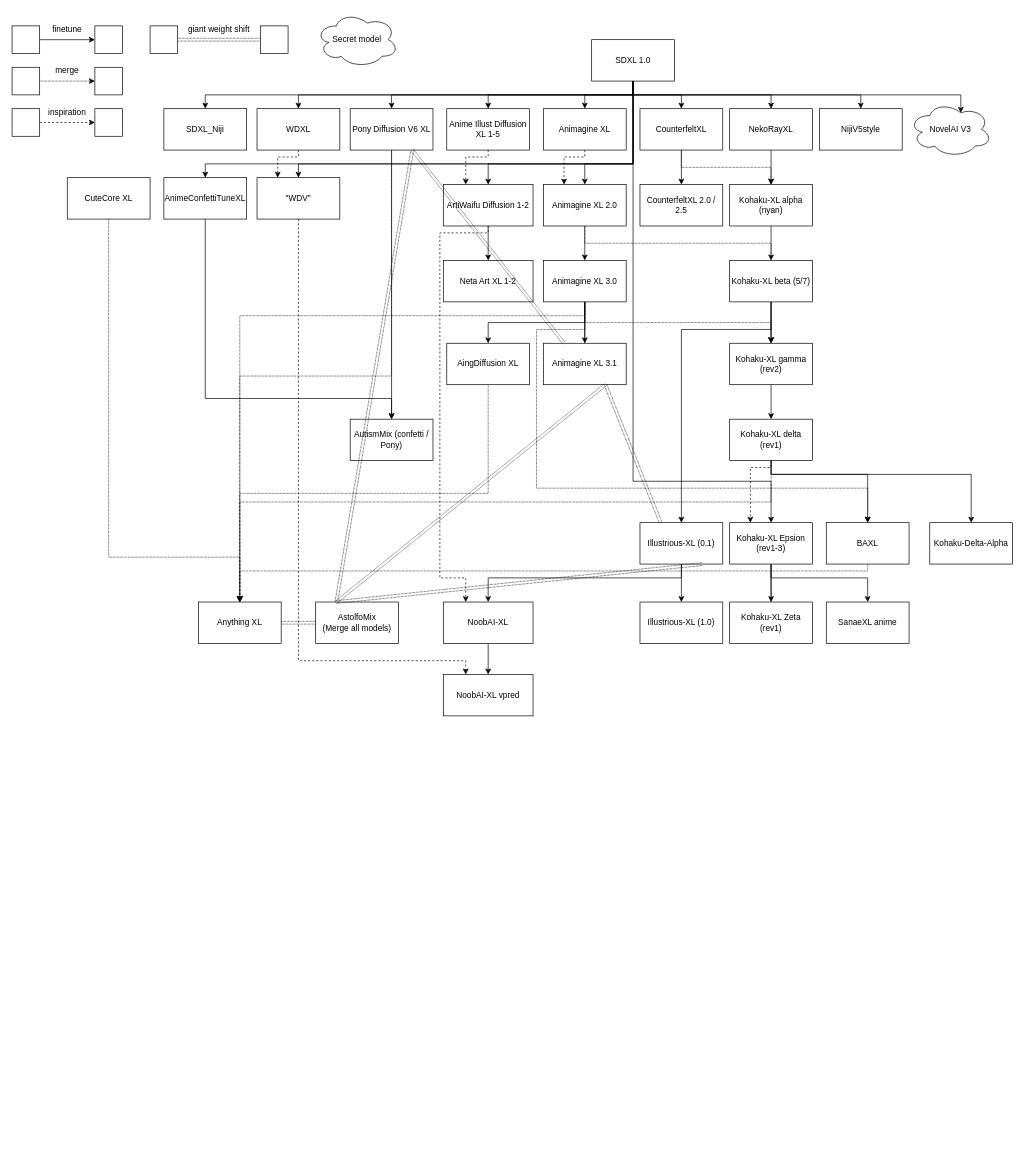
The draw.io diagram ch02/kxl.drawio in 6DammK9/nai-anime-pure-negative-prompt, before the edit. Source tidied: cells renumbered, new cells numbered last; positions are measured from the earlier drawing's top-left corner, leaving out a move shared by most shapes. Both pictures are drawn from the tidied source at 69%, with x=0, y=0 at pixel (12, 12).
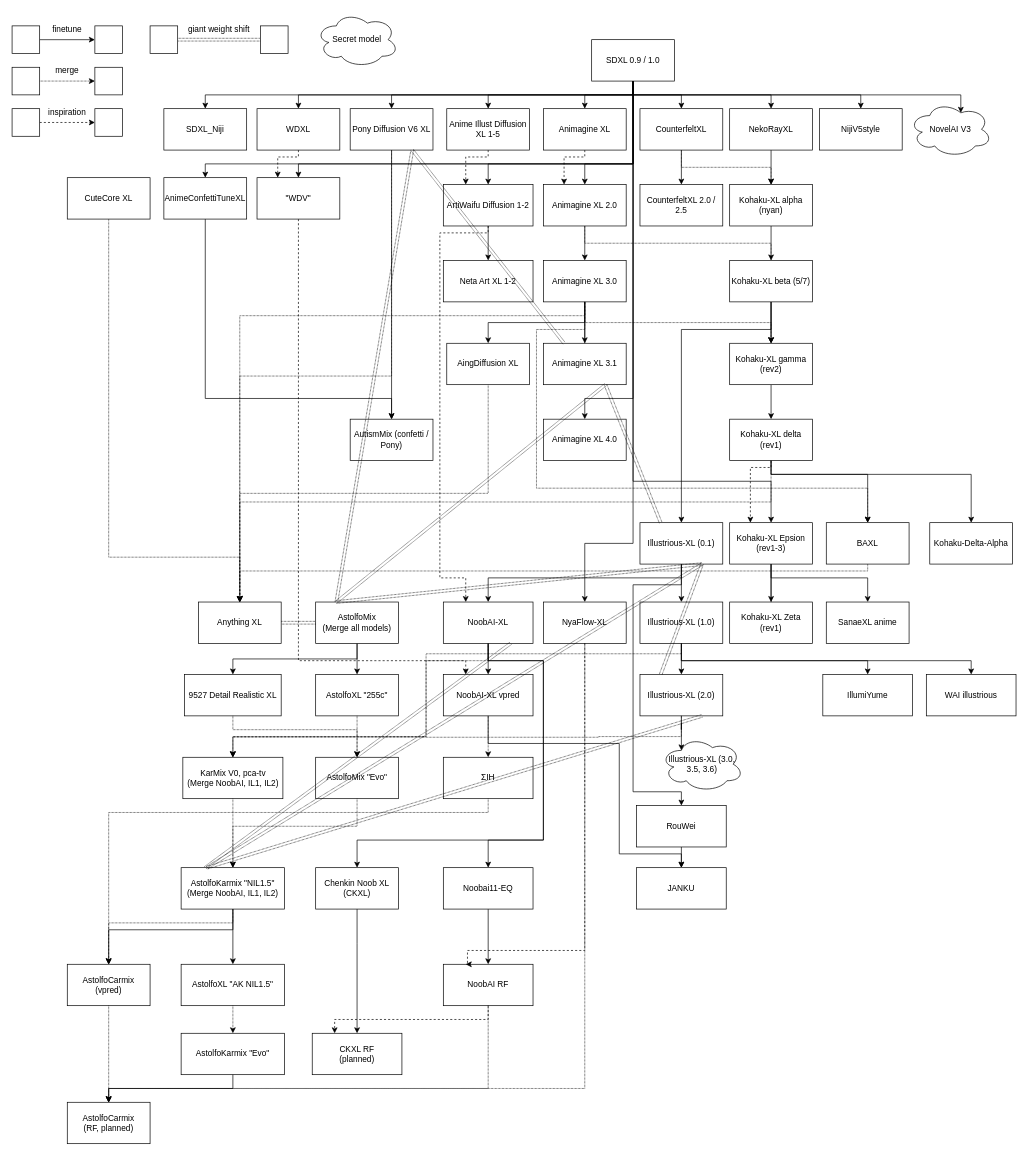
The same diagram, later.

The change refers to these unchanged cells:
```xml
<mxCell id="47" value="NoobAI-XL" style="rounded=0;whiteSpace=wrap;html=1;" parent="1" vertex="1">
  <mxGeometry x="625" y="855" width="130" height="60" as="geometry" />
</mxCell>
<mxCell id="50" value="&lt;div&gt;Illustrious-XL (0.1)&lt;/div&gt;" style="rounded=0;whiteSpace=wrap;html=1;" parent="1" vertex="1">
  <mxGeometry x="910" y="740" width="120" height="60" as="geometry" />
</mxCell>
<mxCell id="55" value="NoobAI-XL vpred" style="rounded=0;whiteSpace=wrap;html=1;" parent="1" vertex="1">
  <mxGeometry x="625" y="960" width="130" height="60" as="geometry" />
</mxCell>
<mxCell id="90" value="AstolfoMix&lt;div&gt;(Merge all models)&lt;/div&gt;" style="rounded=0;whiteSpace=wrap;html=1;" parent="1" vertex="1">
  <mxGeometry x="440" y="855" width="120" height="60" as="geometry" />
</mxCell>
<mxCell id="112" value="&lt;div&gt;Illustrious-XL (1.0)&lt;/div&gt;" style="rounded=0;whiteSpace=wrap;html=1;" parent="1" vertex="1">
  <mxGeometry x="910" y="855" width="120" height="60" as="geometry" />
</mxCell>
```

Diff of the diagram source:
```diff
@@
+    <mxCell id="113" value="Animagine XL 4.0" style="rounded=0;whiteSpace=wrap;html=1;" parent="1" vertex="1">
+      <mxGeometry x="770" y="590" width="120" height="60" as="geometry" />
+    </mxCell>
@@
+    <mxCell id="114" style="edgeStyle=orthogonalEdgeStyle;rounded=0;jettySize=auto;html=1;exitX=0.5;exitY=1;exitDx=0;exitDy=0;entryX=0.5;entryY=0;entryDx=0;entryDy=0;" parent="1" edge="1" source="16" target="113">
+      <mxGeometry relative="1" as="geometry">
+        <Array as="points">
+          <mxPoint x="900" y="560" />
+          <mxPoint x="830" y="560" />
+        </Array>
+      </mxGeometry>
+    </mxCell>
+    <mxCell id="115" style="edgeStyle=orthogonalEdgeStyle;rounded=0;jettySize=auto;html=1;exitX=0.5;exitY=1;exitDx=0;exitDy=0;entryX=0.5;entryY=0;entryDx=0;entryDy=0;" parent="1" edge="1" source="16" target="139">
+      <mxGeometry relative="1" as="geometry">
+        <Array as="points">
+          <mxPoint x="900" y="770" />
+          <mxPoint x="830" y="770" />
+        </Array>
+      </mxGeometry>
+    </mxCell>
-    <mxCell id="16" value="SDXL 1.0" style="rounded=0;whiteSpace=wrap;html=1;" parent="1" vertex="1">
+    <mxCell id="16" value="SDXL 0.9 / 1.0" style="rounded=0;whiteSpace=wrap;html=1;" parent="1" vertex="1">
       <mxGeometry x="840" y="40" width="120" height="60" as="geometry" />
     </mxCell>
@@
+    <mxCell id="116" style="edgeStyle=orthogonalEdgeStyle;rounded=0;jettySize=auto;html=1;exitX=0.5;exitY=1;exitDx=0;exitDy=0;entryX=0.5;entryY=0;entryDx=0;entryDy=0;" parent="1" edge="1" source="47" target="152">
+      <mxGeometry relative="1" as="geometry">
+        <Array as="points">
+          <mxPoint x="690" y="940" />
+          <mxPoint x="770" y="940" />
+          <mxPoint x="770" y="1200" />
+          <mxPoint x="690" y="1200" />
+        </Array>
+      </mxGeometry>
+    </mxCell>
+    <mxCell id="117" style="edgeStyle=orthogonalEdgeStyle;rounded=0;jettySize=auto;html=1;exitX=0.5;exitY=1;exitDx=0;exitDy=0;entryX=0.5;entryY=0;entryDx=0;entryDy=0;" parent="1" edge="1" source="47" target="154">
+      <mxGeometry relative="1" as="geometry">
+        <Array as="points">
+          <mxPoint x="690" y="940" />
+          <mxPoint x="770" y="940" />
+          <mxPoint x="770" y="1200" />
+          <mxPoint x="500" y="1200" />
+        </Array>
+      </mxGeometry>
+    </mxCell>
@@
+    <mxCell id="118" style="edgeStyle=orthogonalEdgeStyle;rounded=0;jettySize=auto;html=1;exitX=0.5;exitY=1;exitDx=0;exitDy=0;entryX=0.5;entryY=0;entryDx=0;entryDy=0;" parent="1" edge="1" source="50" target="136">
+      <mxGeometry relative="1" as="geometry">
+        <Array as="points">
+          <mxPoint x="970" y="830" />
+          <mxPoint x="900" y="830" />
+          <mxPoint x="900" y="1130" />
+          <mxPoint x="970" y="1130" />
+        </Array>
+      </mxGeometry>
+    </mxCell>
@@
+    <mxCell id="119" style="edgeStyle=orthogonalEdgeStyle;rounded=0;jettySize=auto;html=1;exitX=0.5;exitY=1;exitDx=0;exitDy=0;entryX=0.5;entryY=0;entryDx=0;entryDy=0;" parent="1" edge="1" source="55" target="137">
+      <mxGeometry relative="1" as="geometry">
+        <Array as="points">
+          <mxPoint x="690" y="1060" />
+          <mxPoint x="880" y="1060" />
+          <mxPoint x="880" y="1220" />
+          <mxPoint x="970" y="1220" />
+        </Array>
+      </mxGeometry>
+    </mxCell>
@@
+    <mxCell id="120" style="edgeStyle=orthogonalEdgeStyle;rounded=0;jettySize=auto;html=1;exitX=0.5;exitY=1;exitDx=0;exitDy=0;entryX=0.5;entryY=0;entryDx=0;entryDy=0;" parent="1" edge="1" source="90" target="130">
+      <mxGeometry relative="1" as="geometry" />
+    </mxCell>
+    <mxCell id="121" style="edgeStyle=orthogonalEdgeStyle;rounded=0;jettySize=auto;html=1;exitX=0.5;exitY=1;exitDx=0;exitDy=0;entryX=0.5;entryY=0;entryDx=0;entryDy=0;" parent="1" edge="1" source="90" target="131">
+      <mxGeometry relative="1" as="geometry" />
+    </mxCell>
@@
+    <mxCell id="122" style="edgeStyle=orthogonalEdgeStyle;rounded=0;jettySize=auto;html=1;exitX=0.5;exitY=1;exitDx=0;exitDy=0;" parent="1" edge="1" source="112" target="124">
+      <mxGeometry relative="1" as="geometry" />
+    </mxCell>
+    <mxCell id="123" style="edgeStyle=orthogonalEdgeStyle;rounded=0;jettySize=auto;html=1;exitX=0.5;exitY=1;exitDx=0;exitDy=0;entryX=0.5;entryY=0;entryDx=0;entryDy=0;" parent="1" edge="1" source="112" target="128">
+      <mxGeometry relative="1" as="geometry">
+        <Array as="points">
+          <mxPoint x="970" y="940" />
+          <mxPoint x="1240" y="940" />
+        </Array>
+      </mxGeometry>
+    </mxCell>
@@
+    <mxCell id="124" value="&lt;div&gt;Illustrious-XL (2.0)&lt;/div&gt;" style="rounded=0;whiteSpace=wrap;html=1;" parent="1" vertex="1">
+      <mxGeometry x="910" y="960" width="120" height="60" as="geometry" />
+    </mxCell>
+    <mxCell id="125" value="Illustrious-XL (3.0, 3.5, 3.6)" style="ellipse;shape=cloud;whiteSpace=wrap;html=1;" parent="1" vertex="1">
+      <mxGeometry x="940" y="1050" width="120" height="80" as="geometry" />
+    </mxCell>
+    <mxCell id="126" style="edgeStyle=orthogonalEdgeStyle;rounded=0;jettySize=auto;html=1;exitX=0.5;exitY=1;exitDx=0;exitDy=0;entryX=0.25;entryY=0.25;entryDx=0;entryDy=0;entryPerimeter=0;" parent="1" edge="1" source="124" target="125">
+      <mxGeometry relative="1" as="geometry" />
+    </mxCell>
+    <mxCell id="127" style="endArrow=classic;startArrow=classic;html=1;rounded=0;dashed=1;dashPattern=1 1;shape=link;entryX=0.25;entryY=0;entryDx=0;entryDy=0;" parent="1" edge="1" target="124">
+      <mxGeometry relative="1" as="geometry">
+        <mxPoint x="1000" y="800" as="sourcePoint" />
+      </mxGeometry>
+    </mxCell>
+    <mxCell id="128" value="IllumiYume" style="rounded=0;whiteSpace=wrap;html=1;" parent="1" vertex="1">
+      <mxGeometry x="1175" y="960" width="130" height="60" as="geometry" />
+    </mxCell>
+    <mxCell id="129" value="WAI illustrious" style="rounded=0;whiteSpace=wrap;html=1;" parent="1" vertex="1">
+      <mxGeometry x="1325" y="960" width="130" height="60" as="geometry" />
+    </mxCell>
+    <mxCell id="130" value="9527 Detail Realistic XL" style="rounded=0;whiteSpace=wrap;html=1;" parent="1" vertex="1">
+      <mxGeometry x="250" y="960" width="140" height="60" as="geometry" />
+    </mxCell>
+    <mxCell id="131" value="AstolfoXL &quot;255c&quot;" style="rounded=0;whiteSpace=wrap;html=1;" parent="1" vertex="1">
+      <mxGeometry x="440" y="960" width="120" height="60" as="geometry" />
+    </mxCell>
+    <mxCell id="132" value="AstolfoMix &quot;Evo&quot;" style="rounded=0;whiteSpace=wrap;html=1;" parent="1" vertex="1">
+      <mxGeometry x="440" y="1080" width="120" height="60" as="geometry" />
+    </mxCell>
+    <mxCell id="133" style="edgeStyle=orthogonalEdgeStyle;rounded=0;jettySize=auto;html=1;exitX=0.5;exitY=1;exitDx=0;exitDy=0;dashed=1;dashPattern=1 1;entryX=0.5;entryY=0;entryDx=0;entryDy=0;" parent="1" edge="1" source="131" target="132">
+      <mxGeometry relative="1" as="geometry">
+        <Array as="points">
+          <mxPoint x="500" y="1050" />
+          <mxPoint x="500" y="1050" />
+        </Array>
+      </mxGeometry>
+    </mxCell>
+    <mxCell id="134" style="edgeStyle=orthogonalEdgeStyle;rounded=0;jettySize=auto;html=1;exitX=0.5;exitY=1;exitDx=0;exitDy=0;entryX=0.5;entryY=0;entryDx=0;entryDy=0;dashed=1;dashPattern=1 1;" parent="1" edge="1" source="130" target="132">
+      <mxGeometry relative="1" as="geometry">
+        <Array as="points">
+          <mxPoint x="320" y="1040" />
+          <mxPoint x="500" y="1040" />
+        </Array>
+      </mxGeometry>
+    </mxCell>
+    <mxCell id="135" style="edgeStyle=orthogonalEdgeStyle;rounded=0;jettySize=auto;html=1;exitX=0.5;exitY=1;exitDx=0;exitDy=0;entryX=0.5;entryY=0;entryDx=0;entryDy=0;" parent="1" edge="1" source="136" target="137">
+      <mxGeometry relative="1" as="geometry" />
+    </mxCell>
+    <mxCell id="136" value="RouWei" style="rounded=0;whiteSpace=wrap;html=1;" parent="1" vertex="1">
+      <mxGeometry x="905" y="1150" width="130" height="60" as="geometry" />
+    </mxCell>
+    <mxCell id="137" value="JANKU" style="rounded=0;whiteSpace=wrap;html=1;" parent="1" vertex="1">
+      <mxGeometry x="905" y="1240" width="130" height="60" as="geometry" />
+    </mxCell>
+    <mxCell id="138" style="edgeStyle=orthogonalEdgeStyle;rounded=0;jettySize=auto;html=1;exitX=0.5;exitY=1;exitDx=0;exitDy=0;entryX=0.5;entryY=0;entryDx=0;entryDy=0;" parent="1" edge="1" source="112" target="129">
+      <mxGeometry relative="1" as="geometry">
+        <Array as="points">
+          <mxPoint x="970" y="940" />
+          <mxPoint x="1390" y="940" />
+        </Array>
+      </mxGeometry>
+    </mxCell>
+    <mxCell id="139" value="NyaFlow-XL" style="rounded=0;whiteSpace=wrap;html=1;" parent="1" vertex="1">
+      <mxGeometry x="770" y="855" width="120" height="60" as="geometry" />
+    </mxCell>
+    <mxCell id="140" value="ΣΙΗ" style="rounded=0;whiteSpace=wrap;html=1;" parent="1" vertex="1">
+      <mxGeometry x="625" y="1080" width="130" height="60" as="geometry" />
+    </mxCell>
+    <mxCell id="141" style="edgeStyle=orthogonalEdgeStyle;rounded=0;jettySize=auto;html=1;exitX=0.5;exitY=1;exitDx=0;exitDy=0;dashed=1;dashPattern=1 1;entryX=0.5;entryY=0;entryDx=0;entryDy=0;" parent="1" edge="1" source="55" target="140">
+      <mxGeometry relative="1" as="geometry">
+        <Array as="points">
+          <mxPoint x="690" y="1050" />
+          <mxPoint x="690" y="1050" />
+        </Array>
+      </mxGeometry>
+    </mxCell>
+    <mxCell id="142" value="KarMix V0, pca-tv&lt;div&gt;(Merge NoobAI, IL1, IL2)&lt;/div&gt;" style="rounded=0;whiteSpace=wrap;html=1;" parent="1" vertex="1">
+      <mxGeometry x="247.5" y="1080" width="145" height="60" as="geometry" />
+    </mxCell>
+    <mxCell id="143" style="edgeStyle=orthogonalEdgeStyle;rounded=0;jettySize=auto;html=1;exitX=0.5;exitY=1;exitDx=0;exitDy=0;entryX=0.5;entryY=0;entryDx=0;entryDy=0;dashed=1;dashPattern=1 1;" parent="1" edge="1" source="47" target="142">
+      <mxGeometry relative="1" as="geometry">
+        <Array as="points">
+          <mxPoint x="690" y="940" />
+          <mxPoint x="600" y="940" />
+          <mxPoint x="600" y="1050" />
+          <mxPoint x="320" y="1050" />
+        </Array>
+      </mxGeometry>
+    </mxCell>
+    <mxCell id="144" style="edgeStyle=orthogonalEdgeStyle;rounded=0;jettySize=auto;html=1;exitX=0.5;exitY=1;exitDx=0;exitDy=0;entryX=0.5;entryY=0;entryDx=0;entryDy=0;dashed=1;dashPattern=1 1;" parent="1" edge="1" source="124" target="142">
+      <mxGeometry relative="1" as="geometry">
+        <Array as="points">
+          <mxPoint x="970" y="1050" />
+          <mxPoint x="850" y="1050" />
+          <mxPoint x="320" y="1051" />
+        </Array>
+      </mxGeometry>
+    </mxCell>
+    <mxCell id="145" style="edgeStyle=orthogonalEdgeStyle;rounded=0;jettySize=auto;html=1;exitX=0.5;exitY=1;exitDx=0;exitDy=0;entryX=0.5;entryY=0;entryDx=0;entryDy=0;dashed=1;dashPattern=1 1;" parent="1" edge="1" source="112" target="142">
+      <mxGeometry relative="1" as="geometry">
+        <Array as="points">
+          <mxPoint x="970" y="930" />
+          <mxPoint x="600" y="930" />
+          <mxPoint x="600" y="1050" />
+          <mxPoint x="320" y="1050" />
+        </Array>
+      </mxGeometry>
+    </mxCell>
+    <mxCell id="146" style="edgeStyle=orthogonalEdgeStyle;rounded=0;jettySize=auto;html=1;exitX=0.5;exitY=1;exitDx=0;exitDy=0;entryX=0.5;entryY=0;entryDx=0;entryDy=0;" parent="1" edge="1" source="148" target="161">
+      <mxGeometry relative="1" as="geometry" />
+    </mxCell>
+    <mxCell id="147" style="edgeStyle=orthogonalEdgeStyle;rounded=0;jettySize=auto;html=1;exitX=0.5;exitY=1;exitDx=0;exitDy=0;entryX=0.5;entryY=0;entryDx=0;entryDy=0;" parent="1" edge="1" source="148" target="158">
+      <mxGeometry relative="1" as="geometry">
+        <Array as="points">
+          <mxPoint x="320" y="1330" />
+          <mxPoint x="140" y="1330" />
+        </Array>
+      </mxGeometry>
+    </mxCell>
+    <mxCell id="148" value="AstolfoKarmix &quot;NIL1.5&quot;&lt;div&gt;(Merge NoobAI, IL1, IL2)&lt;/div&gt;" style="rounded=0;whiteSpace=wrap;html=1;" parent="1" vertex="1">
+      <mxGeometry x="245" y="1240" width="150" height="60" as="geometry" />
+    </mxCell>
+    <mxCell id="149" style="edgeStyle=orthogonalEdgeStyle;rounded=0;jettySize=auto;html=1;exitX=0.5;exitY=1;exitDx=0;exitDy=0;dashed=1;dashPattern=1 1;entryX=0.5;entryY=0;entryDx=0;entryDy=0;" parent="1" edge="1" source="132" target="148">
+      <mxGeometry relative="1" as="geometry">
+        <Array as="points">
+          <mxPoint x="500" y="1180" />
+          <mxPoint x="320" y="1180" />
+        </Array>
+      </mxGeometry>
+    </mxCell>
+    <mxCell id="150" style="edgeStyle=orthogonalEdgeStyle;rounded=0;jettySize=auto;html=1;exitX=0.5;exitY=1;exitDx=0;exitDy=0;dashed=1;dashPattern=1 1;entryX=0.5;entryY=0;entryDx=0;entryDy=0;" parent="1" edge="1" source="142" target="148">
+      <mxGeometry relative="1" as="geometry">
+        <Array as="points">
+          <mxPoint x="320" y="1240" />
+        </Array>
+      </mxGeometry>
+    </mxCell>
+    <mxCell id="151" style="edgeStyle=orthogonalEdgeStyle;rounded=0;jettySize=auto;html=1;exitX=0.5;exitY=1;exitDx=0;exitDy=0;entryX=0.5;entryY=0;entryDx=0;entryDy=0;" parent="1" edge="1" source="152" target="164">
+      <mxGeometry relative="1" as="geometry" />
+    </mxCell>
+    <mxCell id="152" value="Noobai11-EQ" style="rounded=0;whiteSpace=wrap;html=1;" parent="1" vertex="1">
+      <mxGeometry x="625" y="1240" width="130" height="60" as="geometry" />
+    </mxCell>
+    <mxCell id="153" style="edgeStyle=orthogonalEdgeStyle;rounded=0;jettySize=auto;html=1;exitX=0.5;exitY=1;exitDx=0;exitDy=0;entryX=0.5;entryY=0;entryDx=0;entryDy=0;" parent="1" edge="1" source="154" target="165">
+      <mxGeometry relative="1" as="geometry">
+        <Array as="points">
+          <mxPoint x="500" y="1350" />
+          <mxPoint x="500" y="1350" />
+        </Array>
+      </mxGeometry>
+    </mxCell>
+    <mxCell id="154" value="Chenkin Noob XL (CKXL)" style="rounded=0;whiteSpace=wrap;html=1;" parent="1" vertex="1">
+      <mxGeometry x="440" y="1240" width="120" height="60" as="geometry" />
+    </mxCell>
+    <mxCell id="155" style="endArrow=classic;startArrow=classic;html=1;rounded=0;dashed=1;dashPattern=1 1;entryX=0.75;entryY=1;entryDx=0;entryDy=0;exitX=0.25;exitY=0;exitDx=0;exitDy=0;shape=link;" parent="1" edge="1" source="148" target="124">
+      <mxGeometry relative="1" as="geometry" />
+    </mxCell>
+    <mxCell id="156" style="endArrow=classic;startArrow=classic;html=1;rounded=0;dashed=1;dashPattern=1 1;entryX=0.75;entryY=1;entryDx=0;entryDy=0;shape=link;" parent="1" edge="1" target="47">
+      <mxGeometry relative="1" as="geometry">
+        <mxPoint x="280" y="1240" as="sourcePoint" />
+      </mxGeometry>
+    </mxCell>
+    <mxCell id="157" style="endArrow=classic;startArrow=classic;html=1;rounded=0;dashed=1;dashPattern=1 1;entryX=0.75;entryY=1;entryDx=0;entryDy=0;shape=link;exitX=0.25;exitY=0;exitDx=0;exitDy=0;" parent="1" edge="1" source="148" target="50">
+      <mxGeometry relative="1" as="geometry" />
+    </mxCell>
+    <mxCell id="158" value="AstolfoCarmix&lt;div&gt;(vpred)&lt;/div&gt;" style="rounded=0;whiteSpace=wrap;html=1;" parent="1" vertex="1">
+      <mxGeometry x="80" y="1380" width="120" height="60" as="geometry" />
+    </mxCell>
+    <mxCell id="159" style="edgeStyle=orthogonalEdgeStyle;rounded=0;jettySize=auto;html=1;exitX=0.5;exitY=1;exitDx=0;exitDy=0;dashed=1;dashPattern=1 1;entryX=0.5;entryY=0;entryDx=0;entryDy=0;" parent="1" edge="1" source="148" target="158">
+      <mxGeometry relative="1" as="geometry">
+        <Array as="points">
+          <mxPoint x="320" y="1320" />
+          <mxPoint x="140" y="1320" />
+        </Array>
+      </mxGeometry>
+    </mxCell>
+    <mxCell id="160" style="edgeStyle=orthogonalEdgeStyle;rounded=0;jettySize=auto;html=1;exitX=0.5;exitY=1;exitDx=0;exitDy=0;dashed=1;dashPattern=1 1;entryX=0.5;entryY=0;entryDx=0;entryDy=0;" parent="1" edge="1" source="140" target="158">
+      <mxGeometry relative="1" as="geometry">
+        <Array as="points">
+          <mxPoint x="690" y="1160" />
+          <mxPoint x="140" y="1160" />
+        </Array>
+      </mxGeometry>
+    </mxCell>
+    <mxCell id="161" value="AstolfoXL &quot;AK NIL1.5&quot;" style="rounded=0;whiteSpace=wrap;html=1;" parent="1" vertex="1">
+      <mxGeometry x="245" y="1380" width="150" height="60" as="geometry" />
+    </mxCell>
+    <mxCell id="162" value="AstolfoKarmix&amp;nbsp;&quot;Evo&quot;" style="rounded=0;whiteSpace=wrap;html=1;" parent="1" vertex="1">
+      <mxGeometry x="245" y="1480" width="150" height="60" as="geometry" />
+    </mxCell>
+    <mxCell id="163" style="edgeStyle=orthogonalEdgeStyle;rounded=0;jettySize=auto;html=1;exitX=0.5;exitY=1;exitDx=0;exitDy=0;dashed=1;dashPattern=1 1;entryX=0.5;entryY=0;entryDx=0;entryDy=0;" parent="1" edge="1" source="161" target="162">
+      <mxGeometry relative="1" as="geometry">
+        <Array as="points">
+          <mxPoint x="320" y="1450" />
+          <mxPoint x="320" y="1450" />
+        </Array>
+      </mxGeometry>
+    </mxCell>
+    <mxCell id="164" value="NoobAI RF" style="rounded=0;whiteSpace=wrap;html=1;" parent="1" vertex="1">
+      <mxGeometry x="625" y="1380" width="130" height="60" as="geometry" />
+    </mxCell>
+    <mxCell id="165" value="CKXL RF&lt;div&gt;(planned)&lt;/div&gt;" style="rounded=0;whiteSpace=wrap;html=1;" parent="1" vertex="1">
+      <mxGeometry x="435" y="1480" width="130" height="60" as="geometry" />
+    </mxCell>
+    <mxCell id="166" style="edgeStyle=orthogonalEdgeStyle;rounded=0;jettySize=auto;html=1;exitX=0.5;exitY=1;exitDx=0;exitDy=0;entryX=0.25;entryY=0;entryDx=0;entryDy=0;dashed=1;" parent="1" edge="1" source="164" target="165">
+      <mxGeometry relative="1" as="geometry">
+        <Array as="points">
+          <mxPoint x="690" y="1460" />
+          <mxPoint x="468" y="1460" />
+        </Array>
+      </mxGeometry>
+    </mxCell>
+    <mxCell id="167" style="edgeStyle=orthogonalEdgeStyle;rounded=0;jettySize=auto;html=1;entryX=0.25;entryY=0;entryDx=0;entryDy=0;dashed=1;exitX=0.5;exitY=1;exitDx=0;exitDy=0;" parent="1" edge="1" source="139" target="164">
+      <mxGeometry relative="1" as="geometry">
+        <Array as="points">
+          <mxPoint x="830" y="1360" />
+          <mxPoint x="660" y="1360" />
+          <mxPoint x="660" y="1380" />
+        </Array>
+      </mxGeometry>
+    </mxCell>
+    <mxCell id="168" value="AstolfoCarmix&lt;div&gt;(RF, planned)&lt;/div&gt;" style="rounded=0;whiteSpace=wrap;html=1;" parent="1" vertex="1">
+      <mxGeometry x="80" y="1580" width="120" height="60" as="geometry" />
+    </mxCell>
+    <mxCell id="169" style="edgeStyle=orthogonalEdgeStyle;rounded=0;jettySize=auto;html=1;exitX=0.5;exitY=1;exitDx=0;exitDy=0;entryX=0.5;entryY=0;entryDx=0;entryDy=0;" parent="1" edge="1" source="162" target="168">
+      <mxGeometry relative="1" as="geometry" />
+    </mxCell>
+    <mxCell id="170" style="edgeStyle=orthogonalEdgeStyle;rounded=0;jettySize=auto;html=1;exitX=0.5;exitY=1;exitDx=0;exitDy=0;dashed=1;dashPattern=1 1;entryX=0.5;entryY=0;entryDx=0;entryDy=0;" parent="1" edge="1" source="158" target="168">
+      <mxGeometry relative="1" as="geometry">
+        <Array as="points">
+          <mxPoint x="140" y="1580" />
+          <mxPoint x="140" y="1580" />
+        </Array>
+      </mxGeometry>
+    </mxCell>
+    <mxCell id="171" style="edgeStyle=orthogonalEdgeStyle;rounded=0;jettySize=auto;html=1;exitX=0.5;exitY=1;exitDx=0;exitDy=0;dashed=1;dashPattern=1 1;entryX=0.5;entryY=0;entryDx=0;entryDy=0;" parent="1" edge="1" source="164" target="168">
+      <mxGeometry relative="1" as="geometry">
+        <Array as="points">
+          <mxPoint x="690" y="1560" />
+          <mxPoint x="140" y="1560" />
+        </Array>
+      </mxGeometry>
+    </mxCell>
+    <mxCell id="172" style="edgeStyle=orthogonalEdgeStyle;rounded=0;jettySize=auto;html=1;exitX=0.5;exitY=1;exitDx=0;exitDy=0;dashed=1;dashPattern=1 1;entryX=0.5;entryY=0;entryDx=0;entryDy=0;" parent="1" edge="1" source="139" target="168">
+      <mxGeometry relative="1" as="geometry">
+        <Array as="points">
+          <mxPoint x="830" y="1560" />
+          <mxPoint x="140" y="1560" />
+        </Array>
+      </mxGeometry>
+    </mxCell>
```
